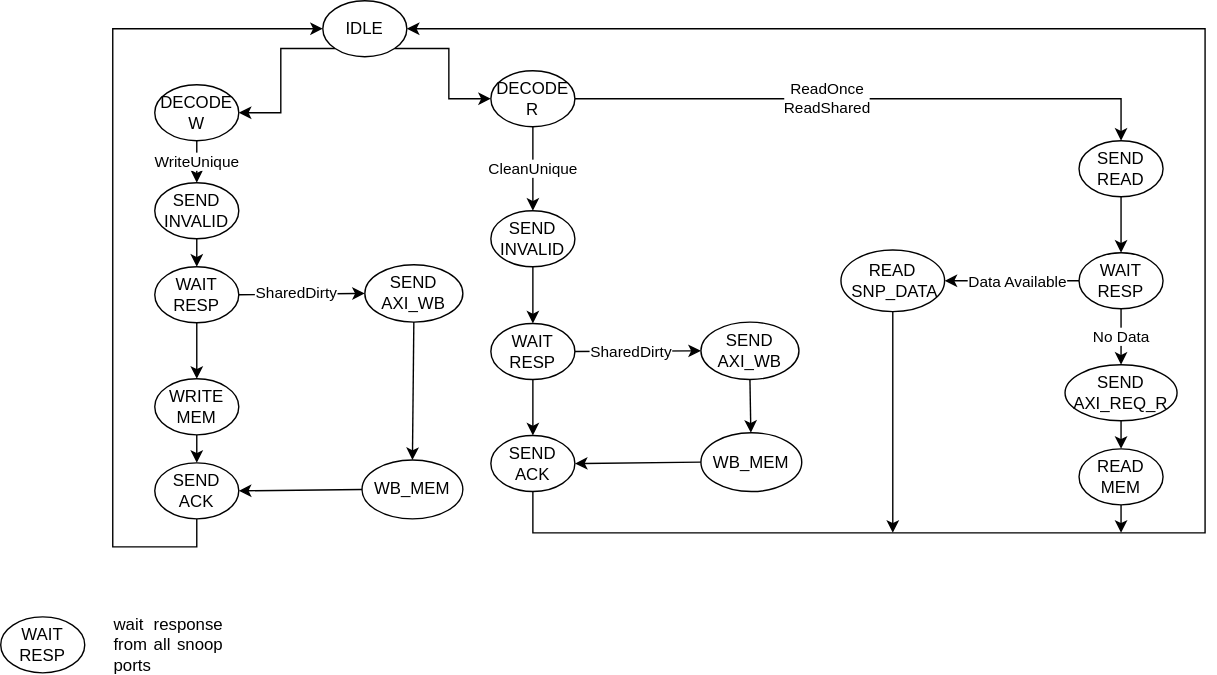
Above: doc/images/ccu_fsm.drawio.svg in pulp-platform/ace (draw.io), before the change. Source tidied: cells renumbered, new cells last; positions are measured from the earlier drawing's top-left corner, leaving out a move shared by most shapes.
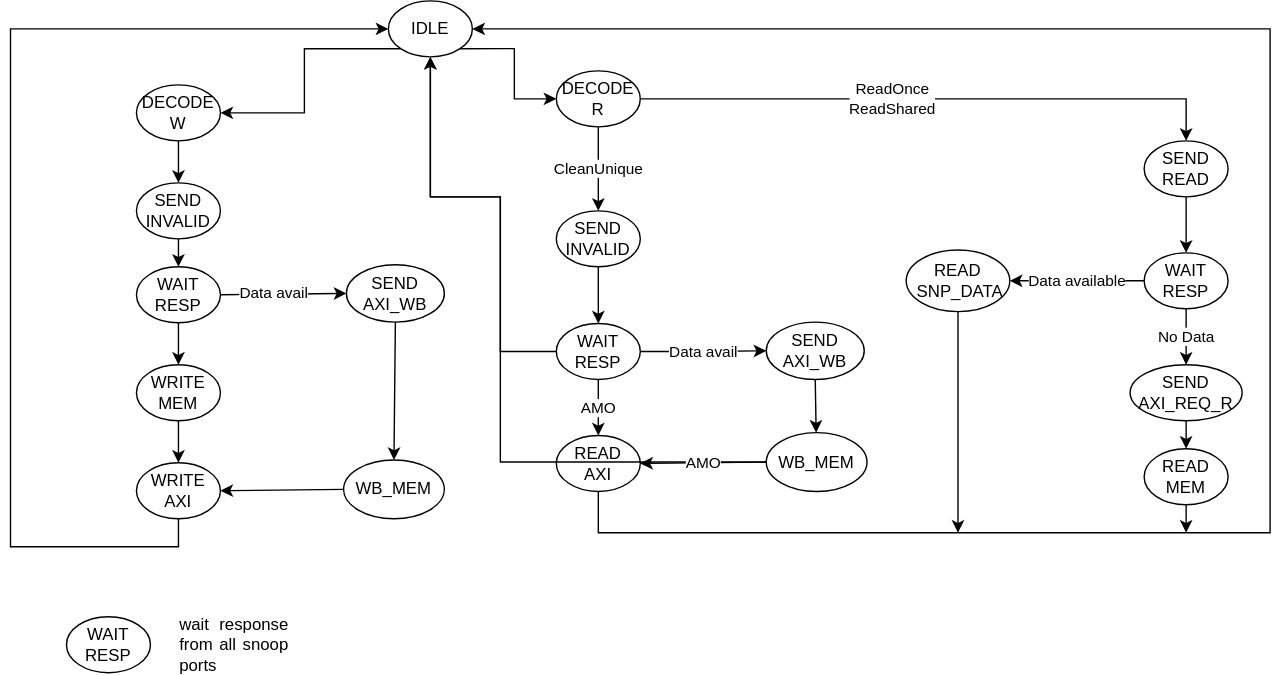
After the commit.

Change to the diagram source:
```diff
@@ -32,9 +32,21 @@
     <mxCell id="11" value="WAIT&lt;br&gt;RESP" style="ellipse;whiteSpace=wrap;html=1;" parent="1" vertex="1">
       <mxGeometry x="770" y="180" width="60" height="40" as="geometry" />
     </mxCell>
-    <mxCell id="12" style="edgeStyle=orthogonalEdgeStyle;rounded=0;jettySize=auto;html=1;" parent="1" edge="1" source="13" target="16">
+    <mxCell id="12" value="AMO" style="edgeStyle=orthogonalEdgeStyle;rounded=0;jettySize=auto;html=1;" parent="1" edge="1" source="13" target="16">
       <mxGeometry relative="1" as="geometry" />
     </mxCell>
+    <mxCell id="50" style="edgeStyle=orthogonalEdgeStyle;rounded=0;jettySize=auto;html=1;exitX=0;exitY=0.5;exitDx=0;exitDy=0;entryX=0.5;entryY=1;entryDx=0;entryDy=0;" parent="1" edge="1" source="13" target="6">
+      <mxGeometry relative="1" as="geometry">
+        <Array as="points">
+          <mxPoint x="310" y="251" />
+          <mxPoint x="310" y="140" />
+          <mxPoint x="260" y="140" />
+        </Array>
+      </mxGeometry>
+    </mxCell>
+    <mxCell id="31" value="Data avail" style="edgeStyle=orthogonalEdgeStyle;rounded=0;jettySize=auto;html=1;exitX=1;exitY=0.5;exitDx=0;exitDy=0;entryX=0;entryY=0.5;entryDx=0;entryDy=0;" parent="1" edge="1" source="13" target="30">
+      <mxGeometry relative="1" as="geometry" />
+    </mxCell>
     <mxCell id="13" value="WAIT&lt;br&gt;RESP" style="ellipse;whiteSpace=wrap;html=1;" parent="1" vertex="1">
       <mxGeometry x="350" y="230.5" width="60" height="40" as="geometry" />
     </mxCell>
@@ -50,17 +62,17 @@
         </Array>
       </mxGeometry>
     </mxCell>
+    <mxCell id="17" value="&lt;div align=&quot;justify&quot;&gt;wait response from all snoop ports&lt;br&gt;&lt;/div&gt;" style="text;html=1;strokeColor=none;fillColor=none;align=center;verticalAlign=middle;whiteSpace=wrap;rounded=0;" parent="1" vertex="1">
+      <mxGeometry x="80" y="440" width="80" height="40" as="geometry" />
+    </mxCell>
-    <mxCell id="16" value="SEND&lt;br&gt;ACK" style="ellipse;whiteSpace=wrap;html=1;" parent="1" vertex="1">
+    <mxCell id="16" value="READ&lt;br&gt;AXI" style="ellipse;whiteSpace=wrap;html=1;" parent="1" vertex="1">
       <mxGeometry x="350" y="310.5" width="60" height="40" as="geometry" />
     </mxCell>
-    <mxCell id="17" value="&lt;div align=&quot;justify&quot;&gt;wait response from all snoop ports&lt;br&gt;&lt;/div&gt;" style="text;html=1;strokeColor=none;fillColor=none;align=center;verticalAlign=middle;whiteSpace=wrap;rounded=0;" parent="1" vertex="1">
-      <mxGeometry x="80" y="440" width="80" height="40" as="geometry" />
-    </mxCell>
-    <mxCell id="18" value="WriteUnique" style="edgeStyle=orthogonalEdgeStyle;rounded=0;jettySize=auto;html=1;exitX=0.5;exitY=1;exitDx=0;exitDy=0;entryX=0.5;entryY=0;entryDx=0;entryDy=0;" parent="1" edge="1" source="19" target="22">
+    <mxCell id="18" style="edgeStyle=orthogonalEdgeStyle;rounded=0;jettySize=auto;html=1;exitX=0.5;exitY=1;exitDx=0;exitDy=0;entryX=0.5;entryY=0;entryDx=0;entryDy=0;" parent="1" edge="1" source="19" target="22">
       <mxGeometry relative="1" as="geometry" />
     </mxCell>
     <mxCell id="19" value="DECODE&lt;br&gt;W" style="ellipse;whiteSpace=wrap;html=1;" parent="1" vertex="1">
-      <mxGeometry x="110" y="60" width="60" height="40" as="geometry" />
+      <mxGeometry x="50" y="60" width="60" height="40" as="geometry" />
     </mxCell>
     <mxCell id="20" value="DECODE&lt;br&gt;R" style="ellipse;whiteSpace=wrap;html=1;" parent="1" vertex="1">
       <mxGeometry x="350" y="50" width="60" height="40" as="geometry" />
@@ -69,31 +81,31 @@
       <mxGeometry relative="1" as="geometry" />
     </mxCell>
     <mxCell id="22" value="SEND&lt;br&gt;INVALID" style="ellipse;whiteSpace=wrap;html=1;" parent="1" vertex="1">
-      <mxGeometry x="110" y="130" width="60" height="40" as="geometry" />
+      <mxGeometry x="50" y="130" width="60" height="40" as="geometry" />
     </mxCell>
     <mxCell id="23" style="edgeStyle=orthogonalEdgeStyle;rounded=0;jettySize=auto;html=1;exitX=0.5;exitY=1;exitDx=0;exitDy=0;" parent="1" edge="1" source="24" target="28">
       <mxGeometry relative="1" as="geometry" />
     </mxCell>
     <mxCell id="24" value="WAIT&lt;br&gt;RESP" style="ellipse;whiteSpace=wrap;html=1;" parent="1" vertex="1">
-      <mxGeometry x="110" y="190" width="60" height="40" as="geometry" />
+      <mxGeometry x="50" y="190" width="60" height="40" as="geometry" />
     </mxCell>
     <mxCell id="25" style="edgeStyle=orthogonalEdgeStyle;rounded=0;jettySize=auto;html=1;exitX=0.5;exitY=1;exitDx=0;exitDy=0;entryX=0;entryY=0.5;entryDx=0;entryDy=0;" parent="1" edge="1" source="26" target="6">
       <mxGeometry relative="1" as="geometry">
         <Array as="points">
-          <mxPoint x="140" y="390" />
           <mxPoint x="80" y="390" />
-          <mxPoint x="80" y="20" />
+          <mxPoint x="-40" y="390" />
+          <mxPoint x="-40" y="20" />
         </Array>
       </mxGeometry>
     </mxCell>
-    <mxCell id="26" value="SEND&lt;br&gt;ACK" style="ellipse;whiteSpace=wrap;html=1;" parent="1" vertex="1">
-      <mxGeometry x="110" y="330" width="60" height="40" as="geometry" />
+    <mxCell id="26" value="WRITE&lt;br&gt;AXI" style="ellipse;whiteSpace=wrap;html=1;" parent="1" vertex="1">
+      <mxGeometry x="50" y="330" width="60" height="40" as="geometry" />
     </mxCell>
     <mxCell id="27" style="edgeStyle=orthogonalEdgeStyle;rounded=0;jettySize=auto;html=1;exitX=0.5;exitY=1;exitDx=0;exitDy=0;entryX=0.5;entryY=0;entryDx=0;entryDy=0;" parent="1" edge="1" source="28" target="26">
       <mxGeometry relative="1" as="geometry" />
     </mxCell>
     <mxCell id="28" value="WRITE&lt;br&gt;MEM" style="ellipse;whiteSpace=wrap;html=1;" parent="1" vertex="1">
-      <mxGeometry x="110" y="270" width="60" height="40" as="geometry" />
+      <mxGeometry x="50" y="260" width="60" height="40" as="geometry" />
     </mxCell>
     <mxCell id="29" value="WAIT&lt;br&gt;RESP" style="ellipse;whiteSpace=wrap;html=1;" parent="1" vertex="1">
       <mxGeometry y="440" width="60" height="40" as="geometry" />
@@ -101,34 +113,37 @@
     <mxCell id="30" value="SEND&lt;br&gt;AXI_WB" style="ellipse;whiteSpace=wrap;html=1;" parent="1" vertex="1">
       <mxGeometry x="500" y="229.5" width="70" height="41" as="geometry" />
     </mxCell>
-    <mxCell id="31" style="endArrow=classic;html=1;rounded=0;exitX=1;exitY=0.5;exitDx=0;exitDy=0;entryX=0;entryY=0.5;entryDx=0;entryDy=0;" parent="1" edge="1" source="13" target="30">
-      <mxGeometry relative="1" as="geometry" />
-    </mxCell>
-    <mxCell id="32" value="SharedDirty" style="edgeLabel;html=1;align=center;verticalAlign=middle;" parent="31" vertex="1">
-      <mxGeometry x="-0.22" y="1" relative="1" as="geometry">
-        <mxPoint x="5" y="1" as="offset" />
-      </mxGeometry>
-    </mxCell>
+    <mxCell id="51" style="edgeStyle=orthogonalEdgeStyle;rounded=0;jettySize=auto;html=1;exitX=0;exitY=0.5;exitDx=0;exitDy=0;entryX=0.5;entryY=1;entryDx=0;entryDy=0;" parent="1" edge="1" source="33" target="6">
+      <mxGeometry relative="1" as="geometry">
+        <Array as="points">
+          <mxPoint x="310" y="330" />
+          <mxPoint x="310" y="140" />
+          <mxPoint x="260" y="140" />
+        </Array>
+      </mxGeometry>
+    </mxCell>
     <mxCell id="33" value="WB_MEM" style="ellipse;whiteSpace=wrap;html=1;" parent="1" vertex="1">
       <mxGeometry x="500" y="308.5" width="72" height="42" as="geometry" />
     </mxCell>
     <mxCell id="34" style="endArrow=classic;html=1;rounded=0;exitX=0.5;exitY=1;exitDx=0;exitDy=0;" parent="1" edge="1" source="30" target="33">
       <mxGeometry relative="1" as="geometry" />
     </mxCell>
-    <mxCell id="35" style="endArrow=classic;html=1;rounded=0;exitX=0;exitY=0.5;exitDx=0;exitDy=0;entryX=1;entryY=0.5;entryDx=0;entryDy=0;" parent="1" edge="1" source="33" target="16">
+    <mxCell id="35" value="AMO" style="endArrow=classic;html=1;rounded=0;exitX=0;exitY=0.5;exitDx=0;exitDy=0;entryX=1;entryY=0.5;entryDx=0;entryDy=0;" parent="1" edge="1" source="33" target="16">
       <mxGeometry relative="1" as="geometry" />
     </mxCell>
     <mxCell id="36" value="SEND&lt;br&gt;AXI_WB" style="ellipse;whiteSpace=wrap;html=1;" parent="1" vertex="1">
-      <mxGeometry x="260" y="188.5" width="70" height="41" as="geometry" />
+      <mxGeometry x="200" y="188.5" width="70" height="41" as="geometry" />
     </mxCell>
     <mxCell id="37" style="endArrow=classic;html=1;rounded=0;exitX=1;exitY=0.5;exitDx=0;exitDy=0;entryX=0;entryY=0.5;entryDx=0;entryDy=0;" parent="1" edge="1" source="24" target="36">
       <mxGeometry relative="1" as="geometry" />
     </mxCell>
-    <mxCell id="38" value="SharedDirty" style="edgeLabel;html=1;align=center;verticalAlign=middle;" parent="1" vertex="1">
-      <mxGeometry x="210" y="209" as="geometry" />
+    <mxCell id="38" value="Data avail" style="edgeLabel;html=1;align=center;verticalAlign=middle;" parent="1" vertex="1">
+      <mxGeometry x="150" y="209" as="geometry">
+        <mxPoint x="-3" as="offset" />
+      </mxGeometry>
     </mxCell>
     <mxCell id="39" value="WB_MEM" style="ellipse;whiteSpace=wrap;html=1;" parent="1" vertex="1">
-      <mxGeometry x="258" y="328" width="72" height="42" as="geometry" />
+      <mxGeometry x="198" y="328" width="72" height="42" as="geometry" />
     </mxCell>
     <mxCell id="40" style="endArrow=classic;html=1;rounded=0;exitX=0.5;exitY=1;exitDx=0;exitDy=0;entryX=0.5;entryY=0;entryDx=0;entryDy=0;" parent="1" edge="1" source="36" target="39">
       <mxGeometry relative="1" as="geometry" />
@@ -144,14 +159,9 @@
     <mxCell id="43" value="READ&lt;br&gt;&amp;nbsp;SNP_DATA" style="ellipse;whiteSpace=wrap;html=1;" parent="1" vertex="1">
       <mxGeometry x="600" y="178" width="74" height="44" as="geometry" />
     </mxCell>
-    <mxCell id="44" style="endArrow=classic;html=1;rounded=0;exitX=0;exitY=0.5;exitDx=0;exitDy=0;entryX=1;entryY=0.5;entryDx=0;entryDy=0;" parent="1" edge="1" source="11" target="43">
+    <mxCell id="44" value="Data available" style="endArrow=classic;html=1;rounded=0;exitX=0;exitY=0.5;exitDx=0;exitDy=0;entryX=1;entryY=0.5;entryDx=0;entryDy=0;" parent="1" edge="1" source="11" target="43">
       <mxGeometry relative="1" as="geometry" />
     </mxCell>
-    <mxCell id="45" value="Data Available" style="edgeLabel;html=1;align=center;verticalAlign=middle;" parent="1" vertex="1">
-      <mxGeometry x="220" y="220" as="geometry">
-        <mxPoint x="505" y="-19" as="offset" />
-      </mxGeometry>
-    </mxCell>
     <mxCell id="46" style="endArrow=classic;html=1;rounded=0;exitX=0.5;exitY=1;exitDx=0;exitDy=0;" parent="1" edge="1" source="43">
       <mxGeometry relative="1" as="geometry">
         <mxPoint x="637" y="380" as="targetPoint" />
```
